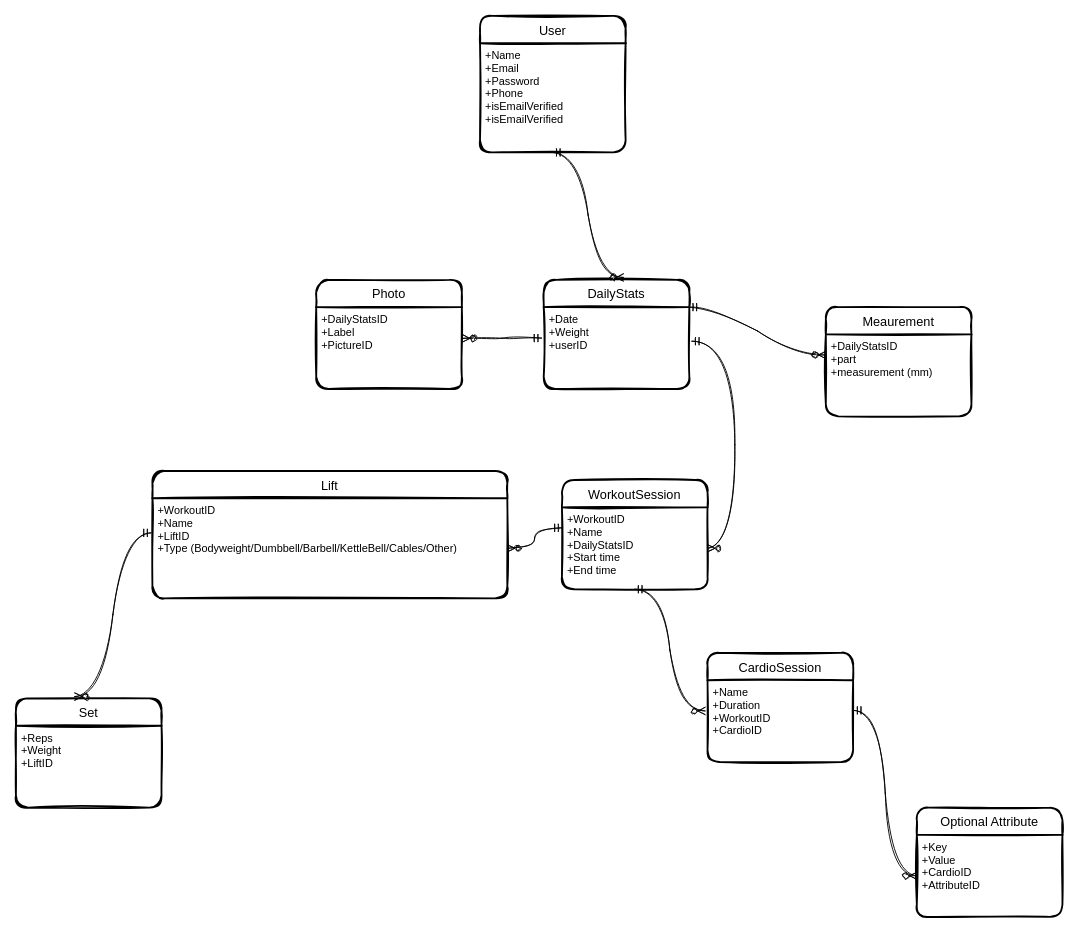
abhishekxix/workout-tracker keeps this draw.io diagram as server/dbdiagram.drawio. Above is the earlier version. Source tidied: cells renumbered, new cells numbered last; positions are measured from the earlier drawing's top-left corner, leaving out a move shared by most shapes. Both pictures are drawn from the tidied source at 91%, with x=0, y=0 at pixel (15, 15).
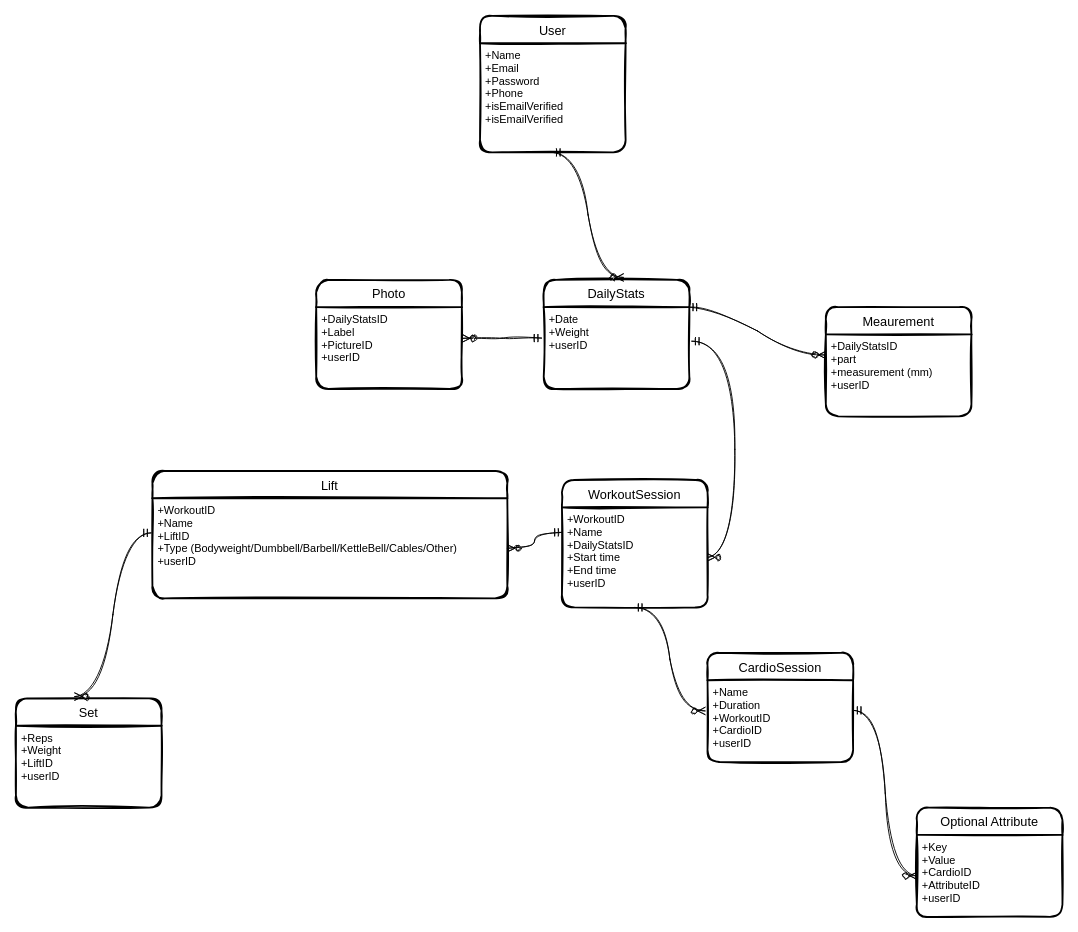
The same diagram, later.

Commit message (it also covers changes not shown here):
Modify db model to account for user permissions.

Unchanged cells that the change refers to:
```xml
<mxCell id="2" value="Lift" style="swimlane;horizontal=1;startSize=30;rounded=1;fontSize=14;fontStyle=0;strokeWidth=2;shadow=0;dashed=0;align=center;sketch=1;" parent="1" vertex="1">
  <mxGeometry x="150" y="500" width="390" height="140" as="geometry" />
</mxCell>
<mxCell id="4" value="Set" style="swimlane;horizontal=1;startSize=30;rounded=1;fontSize=14;fontStyle=0;strokeWidth=2;shadow=0;dashed=0;align=center;sketch=1;" parent="1" vertex="1">
  <mxGeometry y="750" width="160" height="120" as="geometry" />
</mxCell>
<mxCell id="11" value="Photo" style="swimlane;horizontal=1;startSize=30;rounded=1;fontSize=14;fontStyle=0;strokeWidth=2;shadow=0;dashed=0;align=center;sketch=1;" parent="1" vertex="1">
  <mxGeometry x="330" y="290" width="160" height="120" as="geometry" />
</mxCell>
<mxCell id="14" value="CardioSession" style="swimlane;horizontal=1;startSize=30;rounded=1;fontSize=14;fontStyle=0;strokeWidth=2;shadow=0;dashed=0;align=center;sketch=1;" parent="1" vertex="1">
  <mxGeometry x="760" y="700" width="160" height="120" as="geometry" />
</mxCell>
<mxCell id="17" value="Optional Attribute" style="swimlane;horizontal=1;startSize=30;rounded=1;fontSize=14;fontStyle=0;strokeWidth=2;shadow=0;dashed=0;align=center;sketch=1;" parent="1" vertex="1">
  <mxGeometry x="990" y="870" width="160" height="120" as="geometry" />
</mxCell>
<mxCell id="25" value="Meaurement" style="swimlane;horizontal=1;startSize=30;rounded=1;fontSize=14;fontStyle=0;strokeWidth=2;shadow=0;dashed=0;align=center;sketch=1;" parent="1" vertex="1">
  <mxGeometry x="890" y="320" width="160" height="120" as="geometry" />
</mxCell>
```

The edit, as a diff of the source:
```diff
@@
-    <mxCell id="3" value="+WorkoutID&#10;+Name&#10;+LiftID&#10;+Type (Bodyweight/Dumbbell/Barbell/KettleBell/Cables/Other)" style="align=left;strokeColor=none;fillColor=none;spacingLeft=4;fontSize=12;verticalAlign=top;rounded=1;sketch=1;" parent="2" vertex="1">
+    <mxCell id="3" value="+WorkoutID&#10;+Name&#10;+LiftID&#10;+Type (Bodyweight/Dumbbell/Barbell/KettleBell/Cables/Other)&#10;+userID" style="align=left;strokeColor=none;fillColor=none;spacingLeft=4;fontSize=12;verticalAlign=top;rounded=1;sketch=1;" parent="2" vertex="1">
       <mxGeometry y="30" width="390" height="110" as="geometry" />
     </mxCell>
@@
-    <mxCell id="5" value="+Reps&#10;+Weight&#10;+LiftID" style="align=left;strokeColor=none;fillColor=none;spacingLeft=4;fontSize=12;verticalAlign=top;rounded=1;sketch=1;" parent="4" vertex="1">
+    <mxCell id="5" value="+Reps&#10;+Weight&#10;+LiftID&#10;+userID" style="align=left;strokeColor=none;fillColor=none;spacingLeft=4;fontSize=12;verticalAlign=top;rounded=1;sketch=1;" parent="4" vertex="1">
       <mxGeometry y="30" width="160" height="90" as="geometry" />
     </mxCell>
     <mxCell id="6" value="WorkoutSession" style="swimlane;horizontal=1;startSize=30;rounded=1;fontSize=14;fontStyle=0;strokeWidth=2;shadow=0;dashed=0;align=center;sketch=1;" parent="1" vertex="1">
-      <mxGeometry x="600" y="510" width="160" height="120" as="geometry" />
+      <mxGeometry x="600" y="510" width="160" height="140" as="geometry" />
     </mxCell>
-    <mxCell id="7" value="+WorkoutID&#10;+Name&#10;+DailyStatsID&#10;+Start time&#10;+End time" style="align=left;strokeColor=none;fillColor=none;spacingLeft=4;fontSize=12;verticalAlign=top;rounded=1;sketch=1;" parent="6" vertex="1">
-      <mxGeometry y="30" width="160" height="90" as="geometry" />
+    <mxCell id="7" value="+WorkoutID&#10;+Name&#10;+DailyStatsID&#10;+Start time&#10;+End time&#10;+userID" style="align=left;strokeColor=none;fillColor=none;spacingLeft=4;fontSize=12;verticalAlign=top;rounded=1;sketch=1;" parent="6" vertex="1">
+      <mxGeometry y="30" width="160" height="110" as="geometry" />
     </mxCell>
@@
-    <mxCell id="12" value="+DailyStatsID&#10;+Label&#10;+PictureID" style="align=left;strokeColor=none;fillColor=none;spacingLeft=4;fontSize=12;verticalAlign=top;rounded=1;sketch=1;" parent="11" vertex="1">
+    <mxCell id="12" value="+DailyStatsID&#10;+Label&#10;+PictureID&#10;+userID" style="align=left;strokeColor=none;fillColor=none;spacingLeft=4;fontSize=12;verticalAlign=top;rounded=1;sketch=1;" parent="11" vertex="1">
       <mxGeometry y="30" width="160" height="90" as="geometry" />
     </mxCell>
@@
-    <mxCell id="15" value="+Name&#10;+Duration&#10;+WorkoutID&#10;+CardioID" style="align=left;strokeColor=none;fillColor=none;spacingLeft=4;fontSize=12;verticalAlign=top;rounded=1;sketch=1;" parent="14" vertex="1">
+    <mxCell id="15" value="+Name&#10;+Duration&#10;+WorkoutID&#10;+CardioID&#10;+userID" style="align=left;strokeColor=none;fillColor=none;spacingLeft=4;fontSize=12;verticalAlign=top;rounded=1;sketch=1;" parent="14" vertex="1">
       <mxGeometry y="30" width="160" height="90" as="geometry" />
     </mxCell>
@@
-    <mxCell id="18" value="+Key&#10;+Value&#10;+CardioID&#10;+AttributeID" style="align=left;strokeColor=none;fillColor=none;spacingLeft=4;fontSize=12;verticalAlign=top;rounded=1;sketch=1;" parent="17" vertex="1">
+    <mxCell id="18" value="+Key&#10;+Value&#10;+CardioID&#10;+AttributeID&#10;+userID" style="align=left;strokeColor=none;fillColor=none;spacingLeft=4;fontSize=12;verticalAlign=top;rounded=1;sketch=1;" parent="17" vertex="1">
       <mxGeometry y="30" width="160" height="90" as="geometry" />
     </mxCell>
@@
-    <mxCell id="26" value="+DailyStatsID&#10;+part&#10;+measurement (mm)" style="align=left;strokeColor=none;fillColor=none;spacingLeft=4;fontSize=12;verticalAlign=top;rounded=1;sketch=1;" parent="25" vertex="1">
+    <mxCell id="26" value="+DailyStatsID&#10;+part&#10;+measurement (mm)&#10;+userID" style="align=left;strokeColor=none;fillColor=none;spacingLeft=4;fontSize=12;verticalAlign=top;rounded=1;sketch=1;" parent="25" vertex="1">
       <mxGeometry y="30" width="160" height="90" as="geometry" />
     </mxCell>
```
